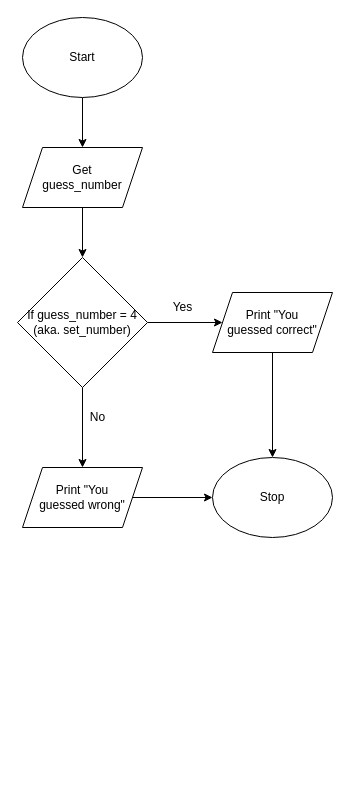
Before: flowchart.drawio in Andrew-Ten-Den/ICS3U-Unit3-02-Python, a draw.io diagram. Source tidied: cells renumbered, new cells numbered last; positions are measured from the earlier drawing's top-left corner, leaving out a move shared by most shapes. Both pictures are drawn from the tidied source at 100%, with x=0, y=0 at pixel (17, 17).
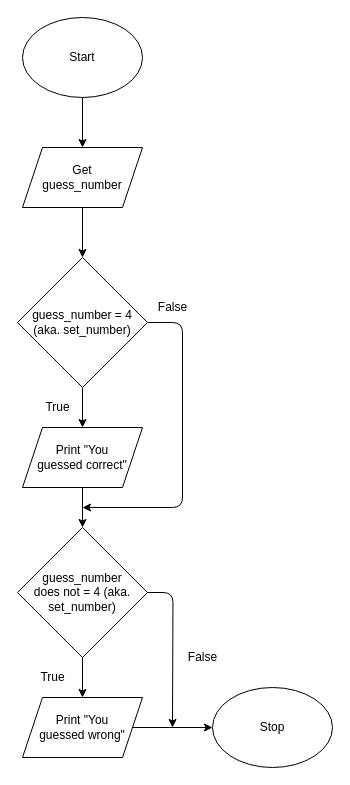
After the change.

Unchanged cells that the change refers to:
```xml
<mxCell id="5" value="Get &lt;br&gt;guess_number" style="shape=parallelogram;perimeter=parallelogramPerimeter;whiteSpace=wrap;html=1;fixedSize=1;" parent="1" vertex="1">
  <mxGeometry x="5" y="130" width="120" height="60" as="geometry" />
</mxCell>
```

Change to the diagram source:
```diff
@@
-    <mxCell id="4" style="edgeStyle=none;html=1;entryX=0.5;entryY=0;entryDx=0;entryDy=0;" parent="1" edge="1" source="5" target="9">
-      <mxGeometry relative="1" as="geometry" />
-    </mxCell>
+    <mxCell id="16" style="edgeStyle=none;html=1;entryX=0.5;entryY=0;entryDx=0;entryDy=0;" parent="1" edge="1" source="5" target="19">
+      <mxGeometry relative="1" as="geometry" />
+    </mxCell>
@@
     <mxCell id="6" value="Stop" style="ellipse;whiteSpace=wrap;html=1;" parent="1" vertex="1">
-      <mxGeometry x="195" y="440" width="120" height="80" as="geometry" />
+      <mxGeometry x="195" y="670" width="120" height="80" as="geometry" />
     </mxCell>
-    <mxCell id="7" style="edgeStyle=none;html=1;entryX=0.5;entryY=0;entryDx=0;entryDy=0;" parent="1" edge="1" source="9" target="13">
-      <mxGeometry relative="1" as="geometry" />
-    </mxCell>
-    <mxCell id="8" style="edgeStyle=none;html=1;entryX=0;entryY=0.5;entryDx=0;entryDy=0;" parent="1" edge="1" source="9" target="11">
-      <mxGeometry relative="1" as="geometry" />
-    </mxCell>
-    <mxCell id="9" value="If guess_number = 4 (aka. set_number)" style="rhombus;whiteSpace=wrap;html=1;" parent="1" vertex="1">
-      <mxGeometry y="240" width="130" height="130" as="geometry" />
-    </mxCell>
-    <mxCell id="10" style="edgeStyle=none;html=1;entryX=0.5;entryY=0;entryDx=0;entryDy=0;" parent="1" edge="1" source="11" target="6">
-      <mxGeometry relative="1" as="geometry" />
-    </mxCell>
+    <mxCell id="17" style="edgeStyle=none;html=1;entryX=0.5;entryY=0;entryDx=0;entryDy=0;" parent="1" edge="1" source="19" target="11">
+      <mxGeometry relative="1" as="geometry" />
+    </mxCell>
+    <mxCell id="18" style="edgeStyle=orthogonalEdgeStyle;html=1;" parent="1" edge="1" source="19">
+      <mxGeometry relative="1" as="geometry">
+        <mxPoint x="65" y="490" as="targetPoint" />
+        <Array as="points">
+          <mxPoint x="165" y="305" />
+          <mxPoint x="165" y="490" />
+        </Array>
+      </mxGeometry>
+    </mxCell>
+    <mxCell id="19" value="guess_number = 4 (aka. set_number)" style="rhombus;whiteSpace=wrap;html=1;" parent="1" vertex="1">
+      <mxGeometry y="240" width="130" height="130" as="geometry" />
+    </mxCell>
+    <mxCell id="20" style="edgeStyle=none;html=1;entryX=0.5;entryY=0;entryDx=0;entryDy=0;" parent="1" edge="1" source="11" target="24">
+      <mxGeometry relative="1" as="geometry" />
+    </mxCell>
     <mxCell id="11" value="Print &quot;You &lt;br&gt;guessed correct&quot;" style="shape=parallelogram;perimeter=parallelogramPerimeter;whiteSpace=wrap;html=1;fixedSize=1;" parent="1" vertex="1">
-      <mxGeometry x="195" y="275" width="120" height="60" as="geometry" />
+      <mxGeometry x="5" y="410" width="120" height="60" as="geometry" />
     </mxCell>
@@
     <mxCell id="13" value="Print &quot;You &lt;br&gt;guessed wrong&quot;" style="shape=parallelogram;perimeter=parallelogramPerimeter;whiteSpace=wrap;html=1;fixedSize=1;" parent="1" vertex="1">
-      <mxGeometry x="5" y="450" width="120" height="60" as="geometry" />
+      <mxGeometry x="5" y="680" width="120" height="60" as="geometry" />
     </mxCell>
-    <mxCell id="14" value="Yes" style="text;html=1;align=center;verticalAlign=middle;strokeColor=none;fillColor=none;" parent="1" vertex="1">
-      <mxGeometry x="150" y="280" width="30" height="20" as="geometry" />
-    </mxCell>
-    <mxCell id="15" value="No" style="text;html=1;align=center;verticalAlign=middle;strokeColor=none;fillColor=none;" parent="1" vertex="1">
-      <mxGeometry x="65" y="390" width="30" height="20" as="geometry" />
-    </mxCell>
+    <mxCell id="21" value="True" style="text;html=1;align=center;verticalAlign=middle;strokeColor=none;fillColor=none;" parent="1" vertex="1">
+      <mxGeometry x="20" y="380" width="40" height="20" as="geometry" />
+    </mxCell>
+    <mxCell id="22" style="edgeStyle=none;html=1;" parent="1" edge="1" source="24" target="13">
+      <mxGeometry relative="1" as="geometry" />
+    </mxCell>
+    <mxCell id="23" style="edgeStyle=orthogonalEdgeStyle;html=1;" parent="1" edge="1" source="24">
+      <mxGeometry relative="1" as="geometry">
+        <mxPoint x="155" y="710" as="targetPoint" />
+      </mxGeometry>
+    </mxCell>
+    <mxCell id="24" value="guess_number &lt;br&gt;does not = 4 (aka. set_number)" style="rhombus;whiteSpace=wrap;html=1;" parent="1" vertex="1">
+      <mxGeometry y="510" width="130" height="130" as="geometry" />
+    </mxCell>
+    <mxCell id="25" value="True" style="text;html=1;align=center;verticalAlign=middle;strokeColor=none;fillColor=none;" parent="1" vertex="1">
+      <mxGeometry x="15" y="650" width="40" height="20" as="geometry" />
+    </mxCell>
+    <mxCell id="26" value="False" style="text;html=1;align=center;verticalAlign=middle;strokeColor=none;fillColor=none;" parent="1" vertex="1">
+      <mxGeometry x="165" y="630" width="40" height="20" as="geometry" />
+    </mxCell>
+    <mxCell id="27" value="False" style="text;html=1;align=center;verticalAlign=middle;strokeColor=none;fillColor=none;" parent="1" vertex="1">
+      <mxGeometry x="135" y="280" width="40" height="20" as="geometry" />
+    </mxCell>
```
